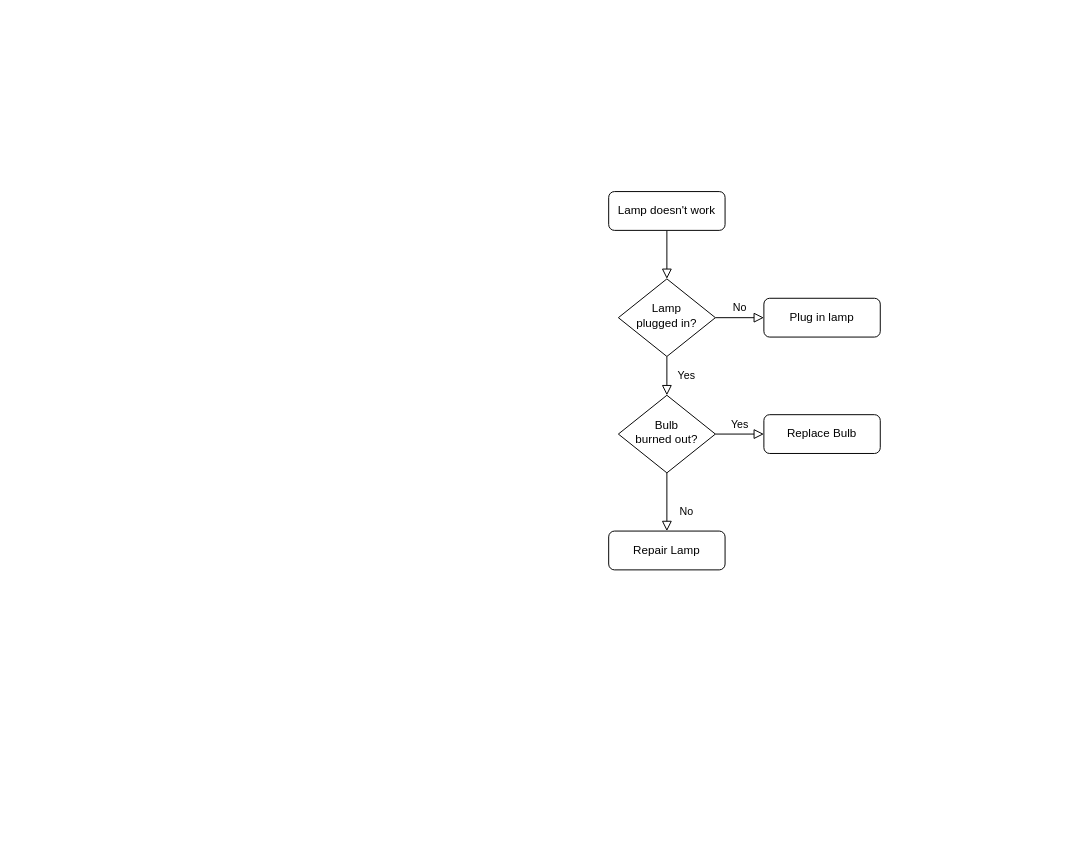
The draw.io diagram Untitled Diagram.drawio in Aiueokashi/diagrams, before the edit. Source tidied: cells renumbered, new cells numbered last; positions are measured from the earlier drawing's top-left corner, leaving out a move shared by most shapes. Both pictures are drawn from the tidied source at 97%, with x=0, y=0 at pixel (608, 191).
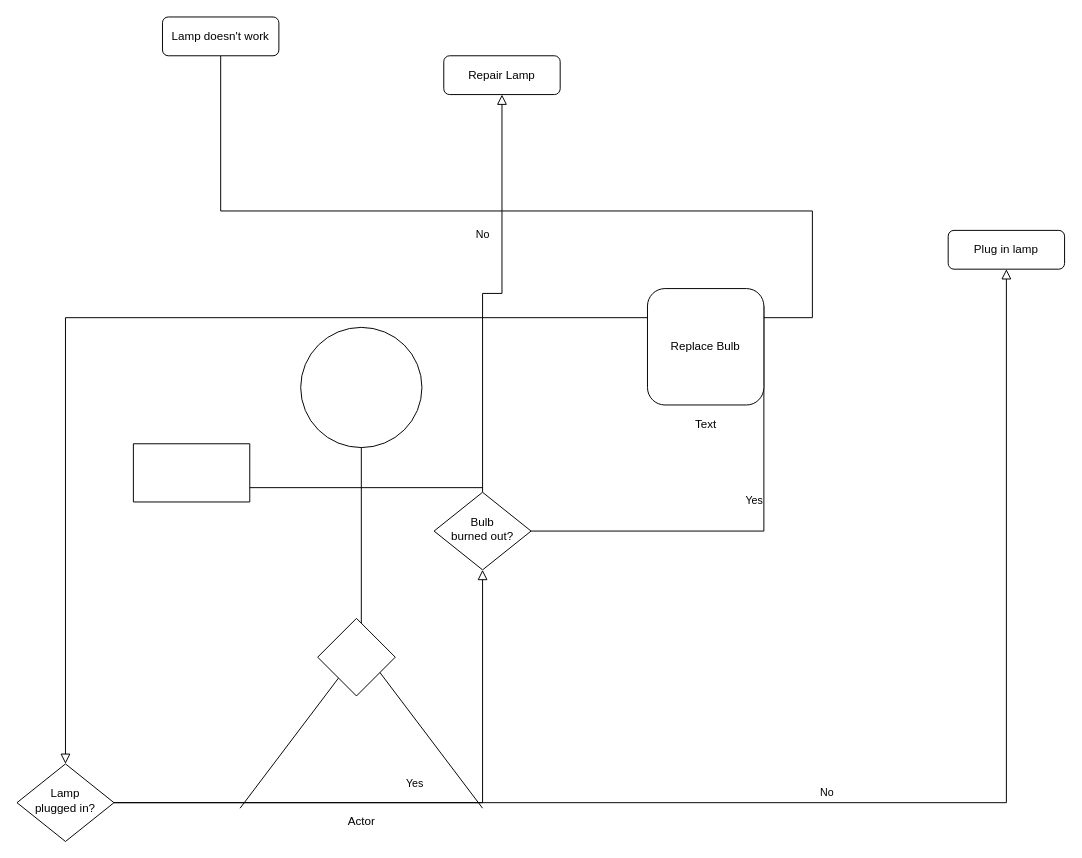
After the change.

Diff of the diagram source:
```diff
@@
     <mxCell id="2" style="rounded=0;html=1;jettySize=auto;fontSize=11;endArrow=block;endFill=0;endSize=8;strokeWidth=1;shadow=0;labelBackgroundColor=none;edgeStyle=orthogonalEdgeStyle;" parent="1" edge="1" source="3" target="6">
-      <mxGeometry relative="1" as="geometry" />
+      <mxGeometry relative="1" as="geometry">
+        <Array as="points">
+          <mxPoint x="210" y="20" />
+          <mxPoint x="210" y="130" />
+        </Array>
+      </mxGeometry>
     </mxCell>
     <mxCell id="3" value="Lamp doesn't work" style="rounded=1;whiteSpace=wrap;html=1;fontSize=12;glass=0;strokeWidth=1;shadow=0;" parent="1" vertex="1">
-      <mxGeometry width="120" height="40" as="geometry" />
+      <mxGeometry x="-460" y="-180" width="120" height="40" as="geometry" />
     </mxCell>
@@
     <mxCell id="6" value="Lamp&lt;br&gt;plugged in?" style="rhombus;whiteSpace=wrap;html=1;shadow=0;fontFamily=Helvetica;fontSize=12;align=center;strokeWidth=1;spacing=6;spacingTop=-4;" parent="1" vertex="1">
-      <mxGeometry x="10" y="90" width="100" height="80" as="geometry" />
+      <mxGeometry x="-610" y="590" width="100" height="80" as="geometry" />
     </mxCell>
     <mxCell id="7" value="Plug in lamp" style="rounded=1;whiteSpace=wrap;html=1;fontSize=12;glass=0;strokeWidth=1;shadow=0;" parent="1" vertex="1">
-      <mxGeometry x="160" y="110" width="120" height="40" as="geometry" />
+      <mxGeometry x="350" y="40" width="120" height="40" as="geometry" />
     </mxCell>
@@
-    <mxCell id="9" value="Yes" style="edgeStyle=orthogonalEdgeStyle;rounded=0;html=1;jettySize=auto;fontSize=11;endArrow=block;endFill=0;endSize=8;strokeWidth=1;shadow=0;labelBackgroundColor=none;" parent="1" edge="1" source="10" target="12">
-      <mxGeometry y="10" relative="1" as="geometry" />
+    <mxCell id="9" value="Yes" style="edgeStyle=orthogonalEdgeStyle;rounded=0;html=1;jettySize=auto;fontSize=11;endArrow=block;endFill=0;endSize=8;strokeWidth=1;shadow=0;labelBackgroundColor=none;" parent="1" edge="1" source="10">
+      <mxGeometry y="10" relative="1" as="geometry">
+        <mxPoint x="90" y="118" as="targetPoint" />
+        <Array as="points">
+          <mxPoint x="160" y="350" />
+          <mxPoint x="160" y="118" />
+        </Array>
+      </mxGeometry>
     </mxCell>
     <mxCell id="10" value="Bulb&lt;br&gt;burned out?" style="rhombus;whiteSpace=wrap;html=1;shadow=0;fontFamily=Helvetica;fontSize=12;align=center;strokeWidth=1;spacing=6;spacingTop=-4;" parent="1" vertex="1">
-      <mxGeometry x="10" y="210" width="100" height="80" as="geometry" />
+      <mxGeometry x="-180" y="310" width="100" height="80" as="geometry" />
     </mxCell>
     <mxCell id="11" value="Repair Lamp" style="rounded=1;whiteSpace=wrap;html=1;fontSize=12;glass=0;strokeWidth=1;shadow=0;" parent="1" vertex="1">
-      <mxGeometry y="350" width="120" height="40" as="geometry" />
+      <mxGeometry x="-170" y="-140" width="120" height="40" as="geometry" />
     </mxCell>
     <mxCell id="12" value="Replace Bulb" style="rounded=1;whiteSpace=wrap;html=1;fontSize=12;glass=0;strokeWidth=1;shadow=0;" parent="1" vertex="1">
-      <mxGeometry x="160" y="230" width="120" height="40" as="geometry" />
+      <mxGeometry x="40" y="100" width="120" height="120" as="geometry" />
     </mxCell>
+    <mxCell id="13" value="Text" style="text;html=1;align=center;verticalAlign=middle;strokeColor=none;" parent="1" vertex="1">
+      <mxGeometry x="80" y="230" width="40" height="20" as="geometry" />
+    </mxCell>
+    <mxCell id="14" value="Actor" style="shape=umlActor;verticalLabelPosition=bottom;verticalAlign=top;html=1;" parent="1" vertex="1">
+      <mxGeometry x="-380" y="140" width="250" height="495.7" as="geometry" />
+    </mxCell>
+    <mxCell id="15" style="shape=parallelogram;perimeter=parallelogramPerimeter;whiteSpace=wrap;html=1;fixedSize=1;size=-190;" parent="1" vertex="1">
+      <mxGeometry x="-490" y="260" width="120" height="60" as="geometry" />
+    </mxCell>
+    <mxCell id="16" style="rhombus;whiteSpace=wrap;html=1;" parent="1" vertex="1">
+      <mxGeometry x="-300" y="440" width="80" height="80" as="geometry" />
+    </mxCell>
```
